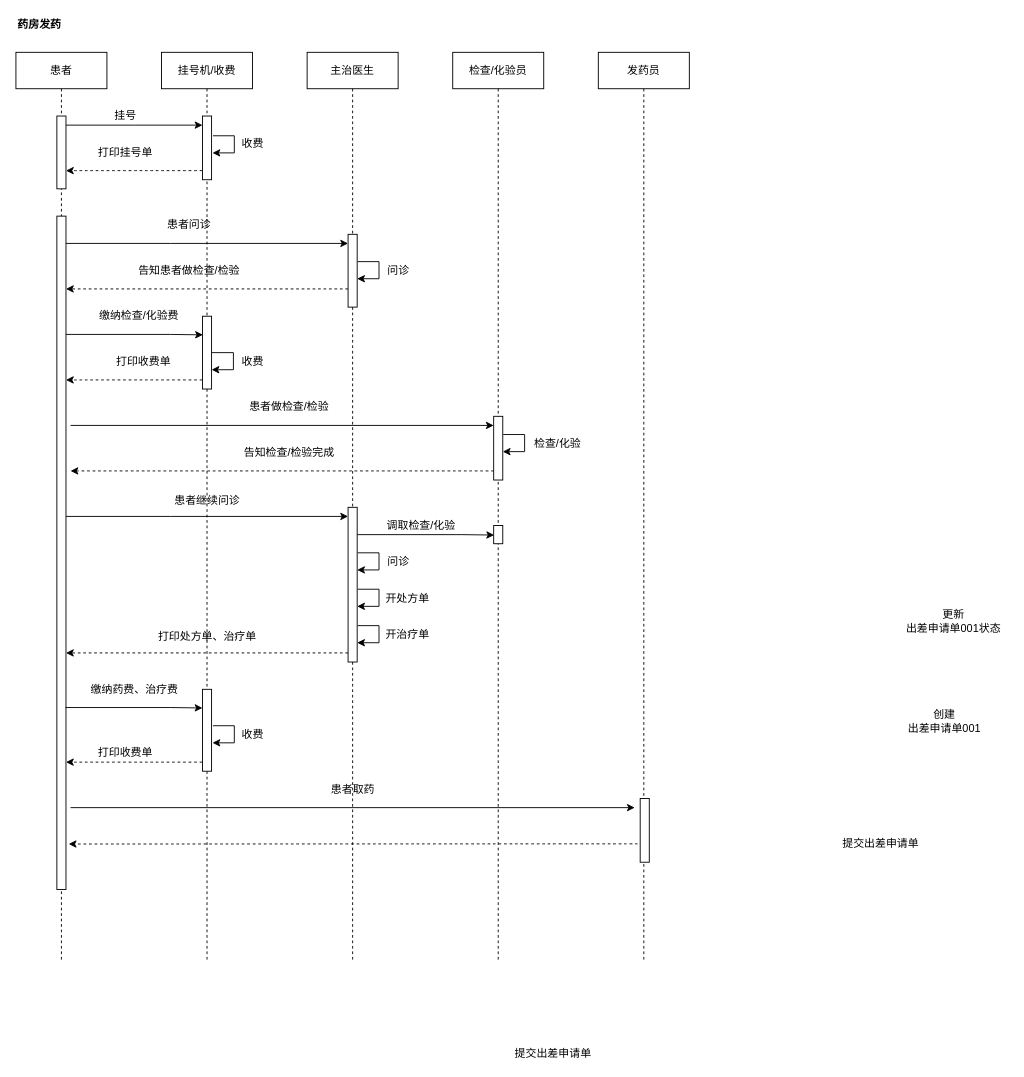
Earlier version of the draw.io diagram page "patient-inquiry" (1 of 2) of src/work/past/hongkang/pharmacy/stockout.drawio (ab-doc/draw.io). Source tidied: cells renumbered, new cells numbered last; positions are measured from the earlier drawing's top-left corner, leaving out a move shared by most shapes. Both pictures are drawn from the tidied source at 91%, with x=0, y=0 at pixel (15, 15).
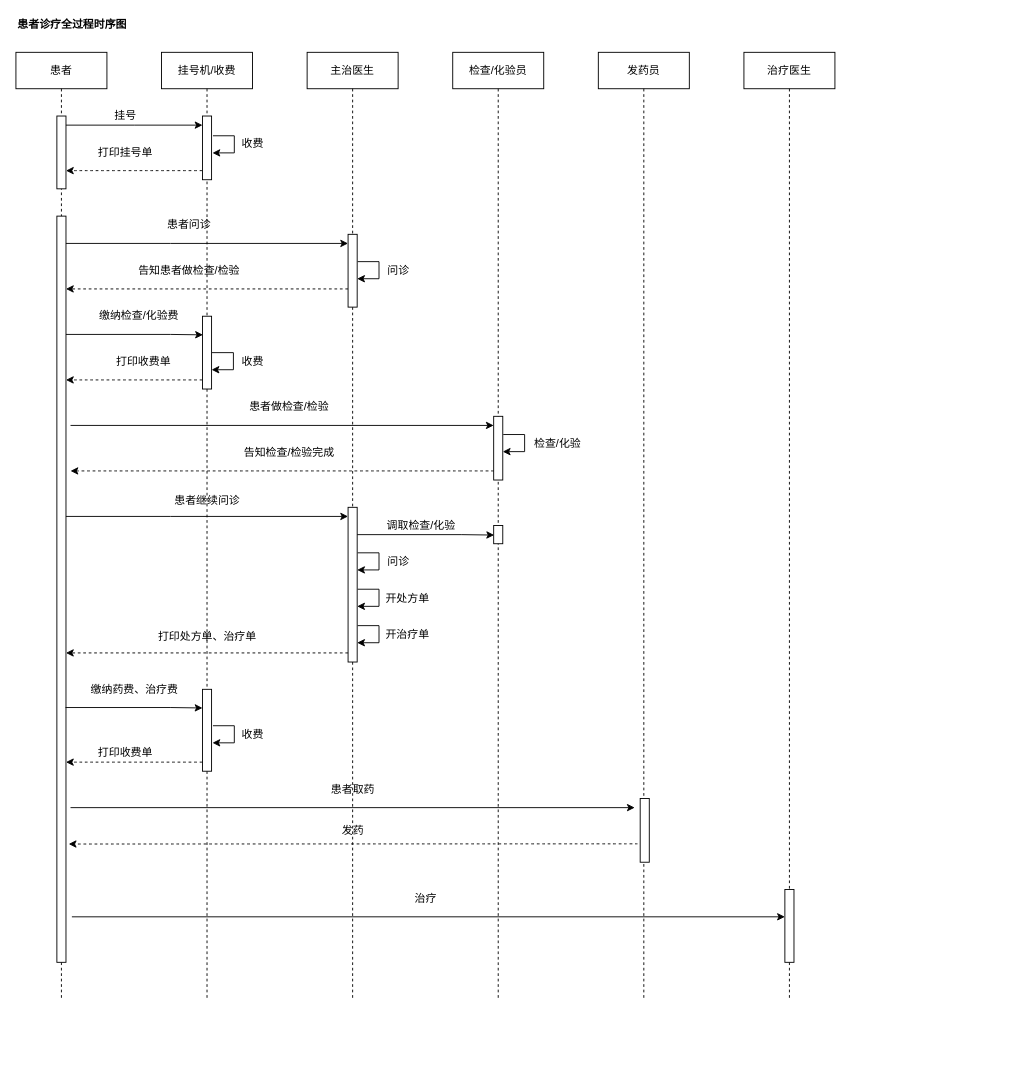
The same page after the edit.

What changed in the source:
```diff
@@
-    <mxCell id="2" value="&lt;b&gt;药房发药&lt;/b&gt;" style="text;html=1;strokeColor=none;fillColor=none;align=left;verticalAlign=middle;whiteSpace=wrap;rounded=0;" parent="1" vertex="1">
-      <mxGeometry width="120" height="20" as="geometry" />
+    <mxCell id="2" value="&lt;b&gt;患者诊疗全过程时序图&lt;/b&gt;" style="text;html=1;strokeColor=none;fillColor=none;align=left;verticalAlign=middle;whiteSpace=wrap;rounded=0;" parent="1" vertex="1">
+      <mxGeometry width="130" height="20" as="geometry" />
     </mxCell>
     <mxCell id="3" value="发药员" style="shape=umlLifeline;perimeter=lifelinePerimeter;whiteSpace=wrap;html=1;" parent="1" vertex="1">
-      <mxGeometry x="640" y="40" width="100" height="1000" as="geometry" />
+      <mxGeometry x="640" y="40" width="100" height="1040" as="geometry" />
     </mxCell>
     <mxCell id="4" value="检查/化验员" style="shape=umlLifeline;perimeter=lifelinePerimeter;whiteSpace=wrap;html=1;" parent="1" vertex="1">
-      <mxGeometry x="480" y="40" width="100" height="1000" as="geometry" />
+      <mxGeometry x="480" y="40" width="100" height="1040" as="geometry" />
     </mxCell>
@@
-    <mxCell id="7" value="提交出差申请单" style="text;html=1;align=center;verticalAlign=middle;" parent="1" vertex="1">
-      <mxGeometry x="900" y="900" width="100" height="20" as="geometry" />
-    </mxCell>
     <mxCell id="8" value="患者" style="shape=umlLifeline;perimeter=lifelinePerimeter;whiteSpace=wrap;html=1;" parent="1" vertex="1">
-      <mxGeometry y="40" width="100" height="1000" as="geometry" />
+      <mxGeometry y="40" width="100" height="1040" as="geometry" />
     </mxCell>
@@
     <mxCell id="10" style="html=1;points=[];perimeter=orthogonalPerimeter;" parent="8" vertex="1">
-      <mxGeometry x="45" y="180" width="10" height="740" as="geometry" />
+      <mxGeometry x="45" y="180" width="10" height="820" as="geometry" />
     </mxCell>
-    <mxCell id="11" value="创建&lt;br&gt;出差申请单001" style="text;html=1;align=center;verticalAlign=middle;" parent="1" vertex="1">
-      <mxGeometry x="970" y="760" width="100" height="30" as="geometry" />
-    </mxCell>
@@
     <mxCell id="13" value="主治医生" style="shape=umlLifeline;perimeter=lifelinePerimeter;whiteSpace=wrap;html=1;" parent="1" vertex="1">
-      <mxGeometry x="320" y="40" width="100" height="1000" as="geometry" />
+      <mxGeometry x="320" y="40" width="100" height="1040" as="geometry" />
     </mxCell>
-    <mxCell id="14" value="更新&lt;br&gt;出差申请单001状态" style="text;html=1;align=center;verticalAlign=middle;" parent="1" vertex="1">
-      <mxGeometry x="970" y="650" width="120" height="30" as="geometry" />
-    </mxCell>
     <mxCell id="15" value="挂号机/收费" style="shape=umlLifeline;perimeter=lifelinePerimeter;whiteSpace=wrap;html=1;" parent="1" vertex="1">
-      <mxGeometry x="160" y="40" width="100" height="1000" as="geometry" />
+      <mxGeometry x="160" y="40" width="100" height="1040" as="geometry" />
     </mxCell>
@@
-    <mxCell id="27" value="提交出差申请单" style="text;html=1;align=center;verticalAlign=middle;" parent="1" vertex="1">
-      <mxGeometry x="540" y="1130" width="100" height="20" as="geometry" />
+    <mxCell id="27" value="治疗" style="text;html=1;align=center;verticalAlign=middle;" parent="1" vertex="1">
+      <mxGeometry x="430" y="960" width="40" height="20" as="geometry" />
     </mxCell>
@@
+    <mxCell id="67" value="发药" style="text;html=1;align=center;verticalAlign=middle;" parent="1" vertex="1">
+      <mxGeometry x="350" y="885" width="40" height="20" as="geometry" />
+    </mxCell>
+    <mxCell id="68" value="治疗医生" style="shape=umlLifeline;perimeter=lifelinePerimeter;whiteSpace=wrap;html=1;" parent="1" vertex="1">
+      <mxGeometry x="800" y="40" width="100" height="1040" as="geometry" />
+    </mxCell>
+    <mxCell id="69" style="html=1;perimeter=orthogonalPerimeter;" parent="1" vertex="1">
+      <mxGeometry x="845" y="960" width="10" height="80" as="geometry" />
+    </mxCell>
+    <mxCell id="70" style="rounded=0;orthogonalLoop=1;jettySize=auto;html=1;strokeColor=#000000;" parent="1" edge="1">
+      <mxGeometry relative="1" as="geometry">
+        <mxPoint x="61.5" y="990" as="sourcePoint" />
+        <mxPoint x="845" y="990" as="targetPoint" />
+      </mxGeometry>
+    </mxCell>
```
